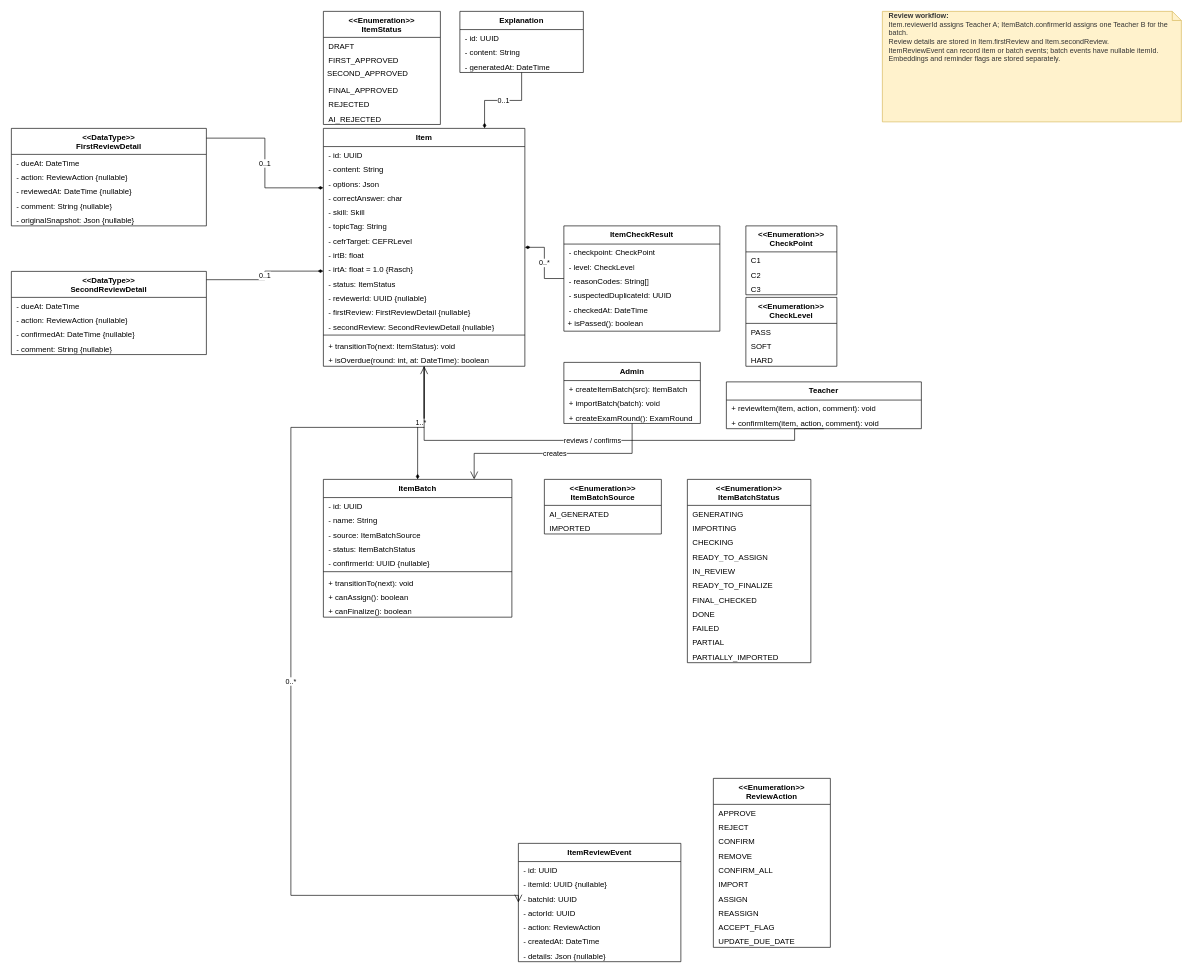
AdaptivePlacementTestSystem/0.docs keeps this draw.io diagram as page "Item_Authoring_Review_Workflow" (3 of 3) of design/class/TLCN.drawio.xml. Above is the earlier version. Source tidied: cells renumbered, new cells numbered last; positions are measured from the earlier drawing's top-left corner, leaving out a move shared by most shapes. Both pictures are drawn from the tidied source at 65%, with x=0, y=0 at pixel (11, 11).
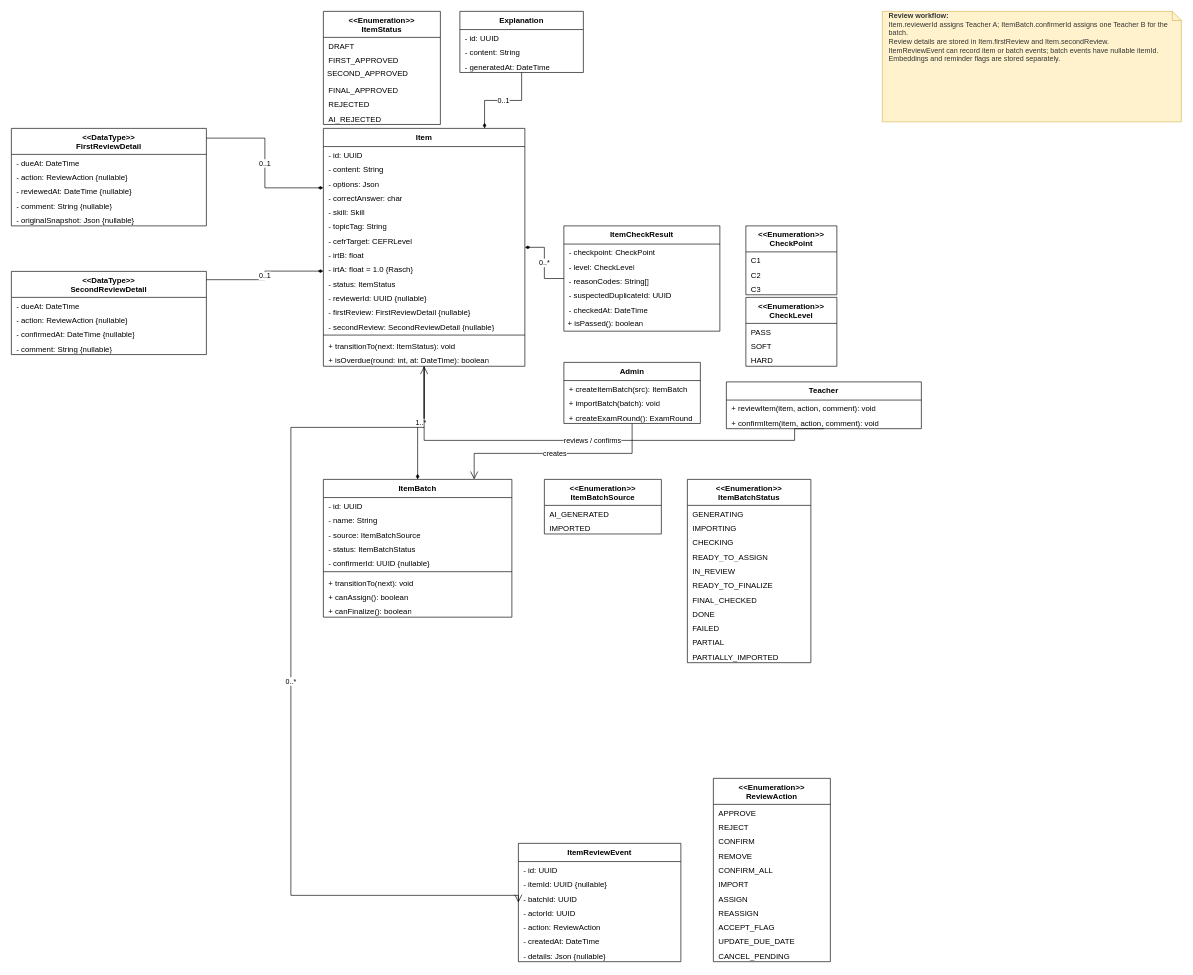
The same diagram, later.

What changed in the source:
```diff
@@
     <mxCell id="88" value="&lt;b style=&quot;font-style: normal;&quot;&gt;&amp;lt;&amp;lt;Enumeration&amp;gt;&amp;gt;&lt;/b&gt;&lt;div&gt;&lt;b style=&quot;font-style: normal;&quot;&gt;ReviewAction&lt;/b&gt;&lt;/div&gt;" style="swimlane;fontStyle=0;align=center;verticalAlign=top;horizontal=1;startSize=40;whiteSpace=wrap;html=1;fillColor=#ffffff;strokeColor=#000000;fontColor=#000000;" parent="1" vertex="1">
-      <mxGeometry x="1080" y="1180" width="180" height="260" as="geometry" />
+      <mxGeometry x="1080" y="1180" width="180" height="282" as="geometry" />
     </mxCell>
@@
+    <mxCell id="116" value="CANCEL_PENDING" style="text;strokeColor=none;fillColor=none;align=left;verticalAlign=top;spacingLeft=6;spacingRight=6;overflow=hidden;whiteSpace=wrap;html=1;fontColor=#000000;" parent="88" vertex="1">
+      <mxGeometry y="260" width="180" height="22" as="geometry" />
+    </mxCell>
```
